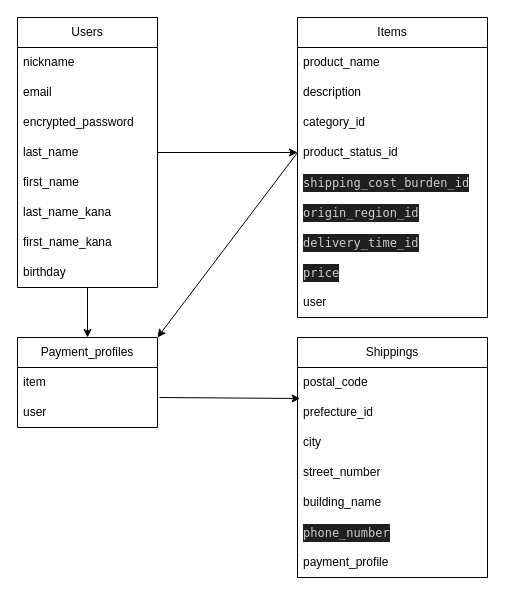
This is test.drawio.dio from sekihono/furima-39817, a draw.io file, before an edit. Source tidied: cells renumbered, new cells numbered last; positions are measured from the earlier drawing's top-left corner, leaving out a move shared by most shapes. Both pictures are drawn from the tidied source at 100%, with x=0, y=0 at pixel (17, 17).
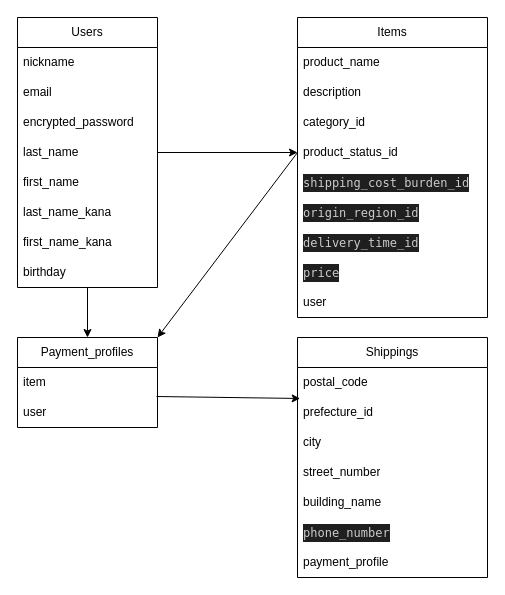
The same diagram, later.

The change refers to these unchanged cells:
```xml
<mxCell id="24" value="item" style="text;strokeColor=none;fillColor=none;align=left;verticalAlign=middle;spacingLeft=4;spacingRight=4;overflow=hidden;points=[[0,0.5],[1,0.5]];portConstraint=eastwest;whiteSpace=wrap;html=1;" parent="23" vertex="1">
  <mxGeometry y="30" width="140" height="30" as="geometry" />
</mxCell>
<mxCell id="25" value="user" style="text;strokeColor=none;fillColor=none;align=left;verticalAlign=middle;spacingLeft=4;spacingRight=4;overflow=hidden;points=[[0,0.5],[1,0.5]];portConstraint=eastwest;whiteSpace=wrap;html=1;" parent="23" vertex="1">
  <mxGeometry y="60" width="140" height="30" as="geometry" />
</mxCell>
<mxCell id="28" value="prefecture_id" style="text;strokeColor=none;fillColor=none;align=left;verticalAlign=middle;spacingLeft=4;spacingRight=4;overflow=hidden;points=[[0,0.5],[1,0.5]];portConstraint=eastwest;whiteSpace=wrap;html=1;" parent="26" vertex="1">
  <mxGeometry y="60" width="190" height="30" as="geometry" />
</mxCell>
```

The edit, as a diff of the source:
```diff
@@
-    <mxCell id="34" style="edgeStyle=none;html=1;exitX=1.014;exitY=0;exitDx=0;exitDy=0;entryX=0.014;entryY=0.033;entryDx=0;entryDy=0;exitPerimeter=0;entryPerimeter=0;" parent="1" edge="1" source="25" target="28">
+    <mxCell id="34" style="edgeStyle=none;html=1;exitX=0.993;exitY=0.967;exitDx=0;exitDy=0;entryX=0.014;entryY=0.033;entryDx=0;entryDy=0;entryPerimeter=0;exitPerimeter=0;" parent="1" edge="1" source="24" target="28">
       <mxGeometry relative="1" as="geometry" />
     </mxCell>
```
